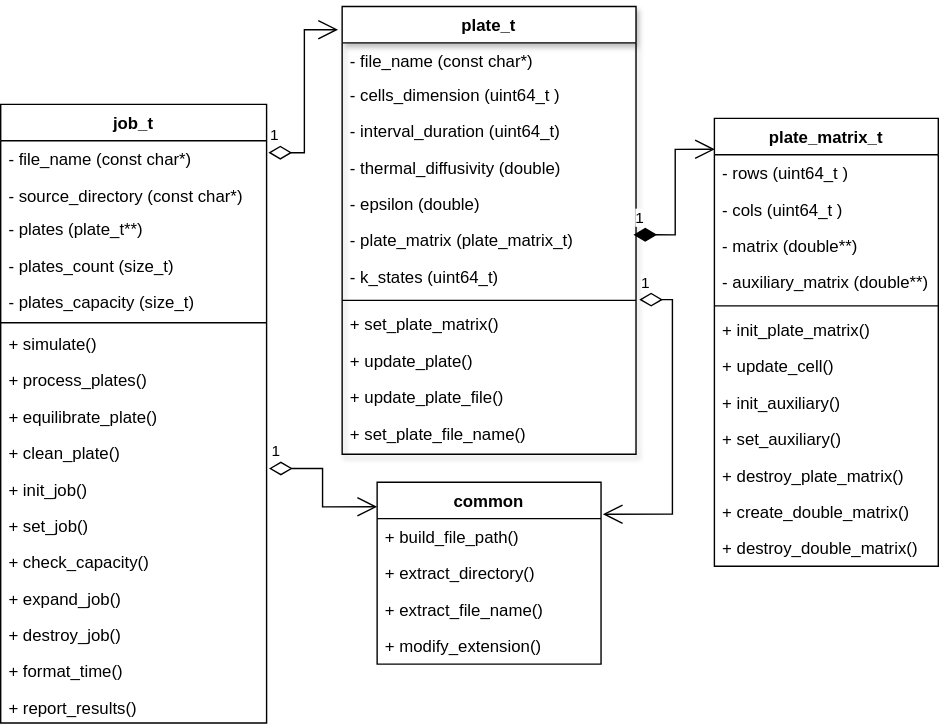
evaanchn/concurrente2025a-evan-chen keeps this draw.io diagram as homeworks/pthread/design/heat_simul_uml.svg. Above is the earlier version. Source tidied: cells renumbered, new cells last; positions are measured from the earlier drawing's top-left corner, leaving out a move shared by most shapes. Its diagram source:
```xml
<mxGraphModel>
  <root>
    <mxCell id="0" />
    <mxCell id="1" parent="0" />
    <mxCell id="2" value="plate_t" style="swimlane;fontStyle=1;align=center;verticalAlign=top;horizontal=1;startSize=26;rounded=0;shadow=1;strokeWidth=1;" parent="1" vertex="1">
      <mxGeometry x="244" width="210" height="320" as="geometry" />
    </mxCell>
    <mxCell id="3" value="- file_name (const char*)" style="text;align=left;verticalAlign=top;spacingLeft=4;spacingRight=4;overflow=hidden;rounded=0;shadow=0;html=0;" parent="2" vertex="1">
      <mxGeometry y="26" width="210" height="24" as="geometry" />
    </mxCell>
    <mxCell id="4" value="- cells_dimension (uint64_t )" style="text;align=left;verticalAlign=top;spacingLeft=4;spacingRight=4;overflow=hidden;rounded=0;shadow=0;html=0;" parent="2" vertex="1">
      <mxGeometry y="50" width="210" height="26" as="geometry" />
    </mxCell>
    <mxCell id="5" value="- interval_duration (uint64_t)" style="text;align=left;verticalAlign=top;spacingLeft=4;spacingRight=4;overflow=hidden;" parent="2" vertex="1">
      <mxGeometry y="76" width="210" height="26" as="geometry" />
    </mxCell>
    <mxCell id="6" value="- thermal_diffusivity (double)" style="text;align=left;verticalAlign=top;spacingLeft=4;spacingRight=4;overflow=hidden;rounded=0;shadow=0;html=0;" parent="2" vertex="1">
      <mxGeometry y="102" width="210" height="26" as="geometry" />
    </mxCell>
    <mxCell id="7" value="- epsilon (double)" style="text;align=left;verticalAlign=top;spacingLeft=4;spacingRight=4;overflow=hidden;rounded=0;shadow=0;html=0;" parent="2" vertex="1">
      <mxGeometry y="128" width="210" height="26" as="geometry" />
    </mxCell>
    <mxCell id="8" value="- plate_matrix (plate_matrix_t)" style="text;align=left;verticalAlign=top;spacingLeft=4;spacingRight=4;overflow=hidden;points=[[0,0.5],[1,0.5]];portConstraint=eastwest;rounded=0;shadow=0;html=0;" parent="2" vertex="1">
      <mxGeometry y="154" width="210" height="26" as="geometry" />
    </mxCell>
    <mxCell id="9" value="- k_states (uint64_t)" style="text;align=left;verticalAlign=top;spacingLeft=4;spacingRight=4;overflow=hidden;points=[[0,0.5],[1,0.5]];portConstraint=eastwest;rounded=0;shadow=0;html=0;" parent="2" vertex="1">
      <mxGeometry y="180" width="210" height="26" as="geometry" />
    </mxCell>
    <mxCell id="10" style="line;html=1;strokeWidth=1;align=left;verticalAlign=middle;spacingTop=-1;spacingLeft=3;spacingRight=3;labelPosition=right;" parent="2" vertex="1">
      <mxGeometry y="206" width="210" height="8" as="geometry" />
    </mxCell>
    <mxCell id="11" value="+ set_plate_matrix()" style="text;align=left;verticalAlign=top;spacingLeft=4;spacingRight=4;overflow=hidden;" parent="2" vertex="1">
      <mxGeometry y="214" width="210" height="26" as="geometry" />
    </mxCell>
    <mxCell id="12" value="+ update_plate()" style="text;align=left;verticalAlign=top;spacingLeft=4;spacingRight=4;overflow=hidden;rounded=0;shadow=0;html=0;" parent="2" vertex="1">
      <mxGeometry y="240" width="210" height="26" as="geometry" />
    </mxCell>
    <mxCell id="13" value="+ update_plate_file()" style="text;align=left;verticalAlign=top;spacingLeft=4;spacingRight=4;overflow=hidden;rounded=0;shadow=0;html=0;" parent="2" vertex="1">
      <mxGeometry y="266" width="210" height="26" as="geometry" />
    </mxCell>
    <mxCell id="14" value="+ set_plate_file_name()" style="text;align=left;verticalAlign=top;spacingLeft=4;spacingRight=4;overflow=hidden;rounded=0;shadow=0;html=0;" parent="2" vertex="1">
      <mxGeometry y="292" width="210" height="26" as="geometry" />
    </mxCell>
    <mxCell id="15" value="plate_matrix_t" style="swimlane;fontStyle=1;align=center;verticalAlign=top;horizontal=1;startSize=26;rounded=0;shadow=0;strokeWidth=1;" parent="1" vertex="1">
      <mxGeometry x="510" y="80" width="160" height="320" as="geometry" />
    </mxCell>
    <mxCell id="16" value="- rows (uint64_t )" style="text;align=left;verticalAlign=top;spacingLeft=4;spacingRight=4;overflow=hidden;rounded=0;shadow=0;html=0;" parent="15" vertex="1">
      <mxGeometry y="26" width="160" height="26" as="geometry" />
    </mxCell>
    <mxCell id="17" value="- cols (uint64_t )" style="text;align=left;verticalAlign=top;spacingLeft=4;spacingRight=4;overflow=hidden;rounded=0;shadow=0;html=0;" parent="15" vertex="1">
      <mxGeometry y="52" width="160" height="26" as="geometry" />
    </mxCell>
    <mxCell id="18" value="- matrix (double**)" style="text;align=left;verticalAlign=top;spacingLeft=4;spacingRight=4;overflow=hidden;" parent="15" vertex="1">
      <mxGeometry y="78" width="160" height="26" as="geometry" />
    </mxCell>
    <mxCell id="19" value="- auxiliary_matrix (double**)" style="text;align=left;verticalAlign=top;spacingLeft=4;spacingRight=4;overflow=hidden;" parent="15" vertex="1">
      <mxGeometry y="104" width="160" height="26" as="geometry" />
    </mxCell>
    <mxCell id="20" style="line;html=1;strokeWidth=1;align=left;verticalAlign=middle;spacingTop=-1;spacingLeft=3;spacingRight=3;labelPosition=right;" parent="15" vertex="1">
      <mxGeometry y="130" width="160" height="8" as="geometry" />
    </mxCell>
    <mxCell id="21" value="+ init_plate_matrix()" style="text;align=left;verticalAlign=top;spacingLeft=4;spacingRight=4;overflow=hidden;" parent="15" vertex="1">
      <mxGeometry y="138" width="160" height="26" as="geometry" />
    </mxCell>
    <mxCell id="22" value="+ update_cell()" style="text;align=left;verticalAlign=top;spacingLeft=4;spacingRight=4;overflow=hidden;" parent="15" vertex="1">
      <mxGeometry y="164" width="160" height="26" as="geometry" />
    </mxCell>
    <mxCell id="23" value="+ init_auxiliary()" style="text;align=left;verticalAlign=top;spacingLeft=4;spacingRight=4;overflow=hidden;" parent="15" vertex="1">
      <mxGeometry y="190" width="160" height="26" as="geometry" />
    </mxCell>
    <mxCell id="24" value="+ set_auxiliary()" style="text;align=left;verticalAlign=top;spacingLeft=4;spacingRight=4;overflow=hidden;" parent="15" vertex="1">
      <mxGeometry y="216" width="160" height="26" as="geometry" />
    </mxCell>
    <mxCell id="25" value="+ destroy_plate_matrix()" style="text;align=left;verticalAlign=top;spacingLeft=4;spacingRight=4;overflow=hidden;" parent="15" vertex="1">
      <mxGeometry y="242" width="160" height="26" as="geometry" />
    </mxCell>
    <mxCell id="26" value="+ create_double_matrix()" style="text;align=left;verticalAlign=top;spacingLeft=4;spacingRight=4;overflow=hidden;" parent="15" vertex="1">
      <mxGeometry y="268" width="160" height="26" as="geometry" />
    </mxCell>
    <mxCell id="27" value="+ destroy_double_matrix()" style="text;align=left;verticalAlign=top;spacingLeft=4;spacingRight=4;overflow=hidden;" parent="15" vertex="1">
      <mxGeometry y="294" width="160" height="26" as="geometry" />
    </mxCell>
    <mxCell id="28" value="1" style="endArrow=open;html=1;endSize=12;startArrow=diamondThin;startSize=14;startFill=1;edgeStyle=orthogonalEdgeStyle;align=left;verticalAlign=bottom;rounded=0;exitX=0.991;exitY=0.352;exitDx=0;exitDy=0;exitPerimeter=0;entryX=0.002;entryY=0.069;entryDx=0;entryDy=0;entryPerimeter=0;" parent="1" edge="1" source="8" target="15">
      <mxGeometry x="-1" y="3" relative="1" as="geometry" />
    </mxCell>
    <mxCell id="29" value="1" style="endArrow=open;html=1;endSize=12;startArrow=diamondThin;startSize=14;startFill=0;edgeStyle=orthogonalEdgeStyle;align=left;verticalAlign=bottom;rounded=0;exitX=1.007;exitY=0.078;exitDx=0;exitDy=0;entryX=-0.014;entryY=0.052;entryDx=0;entryDy=0;entryPerimeter=0;exitPerimeter=0;" parent="1" edge="1" source="30" target="2">
      <mxGeometry x="-1" y="3" relative="1" as="geometry" />
    </mxCell>
    <mxCell id="30" value="job_t" style="swimlane;fontStyle=1;align=center;verticalAlign=top;horizontal=1;startSize=26;rounded=0;shadow=0;strokeWidth=1;" parent="1" vertex="1">
      <mxGeometry y="70" width="190" height="442" as="geometry" />
    </mxCell>
    <mxCell id="31" value="- file_name (const char*)" style="text;align=left;verticalAlign=top;spacingLeft=4;spacingRight=4;overflow=hidden;points=[[0,0.5],[1,0.5]];portConstraint=eastwest;" parent="30" vertex="1">
      <mxGeometry y="26" width="190" height="26" as="geometry" />
    </mxCell>
    <mxCell id="32" value="- source_directory (const char*)" style="text;align=left;verticalAlign=top;spacingLeft=4;spacingRight=4;overflow=hidden;rounded=0;shadow=0;html=0;" parent="30" vertex="1">
      <mxGeometry y="52" width="190" height="24" as="geometry" />
    </mxCell>
    <mxCell id="33" value="- plates (plate_t**)" style="text;align=left;verticalAlign=top;spacingLeft=4;spacingRight=4;overflow=hidden;" parent="30" vertex="1">
      <mxGeometry y="76" width="190" height="26" as="geometry" />
    </mxCell>
    <mxCell id="34" value="- plates_count (size_t)" style="text;align=left;verticalAlign=top;spacingLeft=4;spacingRight=4;overflow=hidden;" parent="30" vertex="1">
      <mxGeometry y="102" width="190" height="26" as="geometry" />
    </mxCell>
    <mxCell id="35" value="- plates_capacity (size_t)" style="text;align=left;verticalAlign=top;spacingLeft=4;spacingRight=4;overflow=hidden;" parent="30" vertex="1">
      <mxGeometry y="128" width="190" height="26" as="geometry" />
    </mxCell>
    <mxCell id="36" style="line;html=1;strokeWidth=1;align=left;verticalAlign=middle;spacingTop=-1;spacingLeft=3;spacingRight=3;labelPosition=right;" parent="30" vertex="1">
      <mxGeometry y="154" width="190" height="4" as="geometry" />
    </mxCell>
    <mxCell id="37" value="+ simulate()" style="text;align=left;verticalAlign=top;spacingLeft=4;spacingRight=4;overflow=hidden;" parent="30" vertex="1">
      <mxGeometry y="158" width="190" height="26" as="geometry" />
    </mxCell>
    <mxCell id="38" value="+ process_plates()" style="text;align=left;verticalAlign=top;spacingLeft=4;spacingRight=4;overflow=hidden;" parent="30" vertex="1">
      <mxGeometry y="184" width="190" height="26" as="geometry" />
    </mxCell>
    <mxCell id="39" value="+ equilibrate_plate()" style="text;align=left;verticalAlign=top;spacingLeft=4;spacingRight=4;overflow=hidden;" parent="30" vertex="1">
      <mxGeometry y="210" width="190" height="26" as="geometry" />
    </mxCell>
    <mxCell id="40" value="+ clean_plate()" style="text;align=left;verticalAlign=top;spacingLeft=4;spacingRight=4;overflow=hidden;" parent="30" vertex="1">
      <mxGeometry y="236" width="190" height="26" as="geometry" />
    </mxCell>
    <mxCell id="41" value="+ init_job()" style="text;align=left;verticalAlign=top;spacingLeft=4;spacingRight=4;overflow=hidden;points=[[0,0.5],[1,0.5]];portConstraint=eastwest;" parent="30" vertex="1">
      <mxGeometry y="262" width="190" height="26" as="geometry" />
    </mxCell>
    <mxCell id="42" value="+ set_job()" style="text;align=left;verticalAlign=top;spacingLeft=4;spacingRight=4;overflow=hidden;" parent="30" vertex="1">
      <mxGeometry y="288" width="190" height="26" as="geometry" />
    </mxCell>
    <mxCell id="43" value="+ check_capacity()" style="text;align=left;verticalAlign=top;spacingLeft=4;spacingRight=4;overflow=hidden;" parent="30" vertex="1">
      <mxGeometry y="314" width="190" height="26" as="geometry" />
    </mxCell>
    <mxCell id="44" value="+ expand_job()" style="text;align=left;verticalAlign=top;spacingLeft=4;spacingRight=4;overflow=hidden;" parent="30" vertex="1">
      <mxGeometry y="340" width="190" height="26" as="geometry" />
    </mxCell>
    <mxCell id="45" value="+ destroy_job()" style="text;align=left;verticalAlign=top;spacingLeft=4;spacingRight=4;overflow=hidden;" parent="30" vertex="1">
      <mxGeometry y="366" width="190" height="26" as="geometry" />
    </mxCell>
    <mxCell id="46" value="+ format_time()" style="text;align=left;verticalAlign=top;spacingLeft=4;spacingRight=4;overflow=hidden;" parent="30" vertex="1">
      <mxGeometry y="392" width="190" height="26" as="geometry" />
    </mxCell>
    <mxCell id="47" value="+ report_results()" style="text;align=left;verticalAlign=top;spacingLeft=4;spacingRight=4;overflow=hidden;" parent="30" vertex="1">
      <mxGeometry y="418" width="190" height="24" as="geometry" />
    </mxCell>
    <mxCell id="48" value="common" style="swimlane;fontStyle=1;align=center;verticalAlign=top;horizontal=1;startSize=26;rounded=0;shadow=0;strokeWidth=1;" parent="1" vertex="1">
      <mxGeometry x="269" y="340" width="160" height="130" as="geometry" />
    </mxCell>
    <mxCell id="49" value="+ build_file_path()" style="text;align=left;verticalAlign=top;spacingLeft=4;spacingRight=4;overflow=hidden;points=[[0,0.5],[1,0.5]];portConstraint=eastwest;" parent="48" vertex="1">
      <mxGeometry y="26" width="160" height="26" as="geometry" />
    </mxCell>
    <mxCell id="50" value="+ extract_directory()" style="text;align=left;verticalAlign=top;spacingLeft=4;spacingRight=4;overflow=hidden;" parent="48" vertex="1">
      <mxGeometry y="52" width="160" height="26" as="geometry" />
    </mxCell>
    <mxCell id="51" value="+ extract_file_name()" style="text;align=left;verticalAlign=top;spacingLeft=4;spacingRight=4;overflow=hidden;" parent="48" vertex="1">
      <mxGeometry y="78" width="160" height="26" as="geometry" />
    </mxCell>
    <mxCell id="52" value="+ modify_extension()" style="text;align=left;verticalAlign=top;spacingLeft=4;spacingRight=4;overflow=hidden;" parent="48" vertex="1">
      <mxGeometry y="104" width="160" height="26" as="geometry" />
    </mxCell>
    <mxCell id="53" value="1" style="endArrow=open;html=1;endSize=12;startArrow=diamondThin;startSize=14;startFill=0;edgeStyle=orthogonalEdgeStyle;align=left;verticalAlign=bottom;rounded=0;exitX=1.009;exitY=-0.071;exitDx=0;exitDy=0;entryX=0;entryY=0.135;entryDx=0;entryDy=0;entryPerimeter=0;exitPerimeter=0;" parent="1" edge="1" source="41" target="48">
      <mxGeometry x="-1" y="3" relative="1" as="geometry">
        <Array as="points">
          <mxPoint x="230" y="330" />
          <mxPoint x="230" y="358" />
        </Array>
      </mxGeometry>
    </mxCell>
    <mxCell id="54" value="1" style="endArrow=open;html=1;endSize=12;startArrow=diamondThin;startSize=14;startFill=0;edgeStyle=orthogonalEdgeStyle;align=left;verticalAlign=bottom;rounded=0;exitX=1.011;exitY=1.135;exitDx=0;exitDy=0;exitPerimeter=0;entryX=1.008;entryY=-0.122;entryDx=0;entryDy=0;entryPerimeter=0;" parent="1" edge="1" source="9" target="49">
      <mxGeometry x="-1" y="3" relative="1" as="geometry">
        <Array as="points">
          <mxPoint x="480" y="210" />
          <mxPoint x="480" y="363" />
        </Array>
      </mxGeometry>
    </mxCell>
  </root>
</mxGraphModel>
```
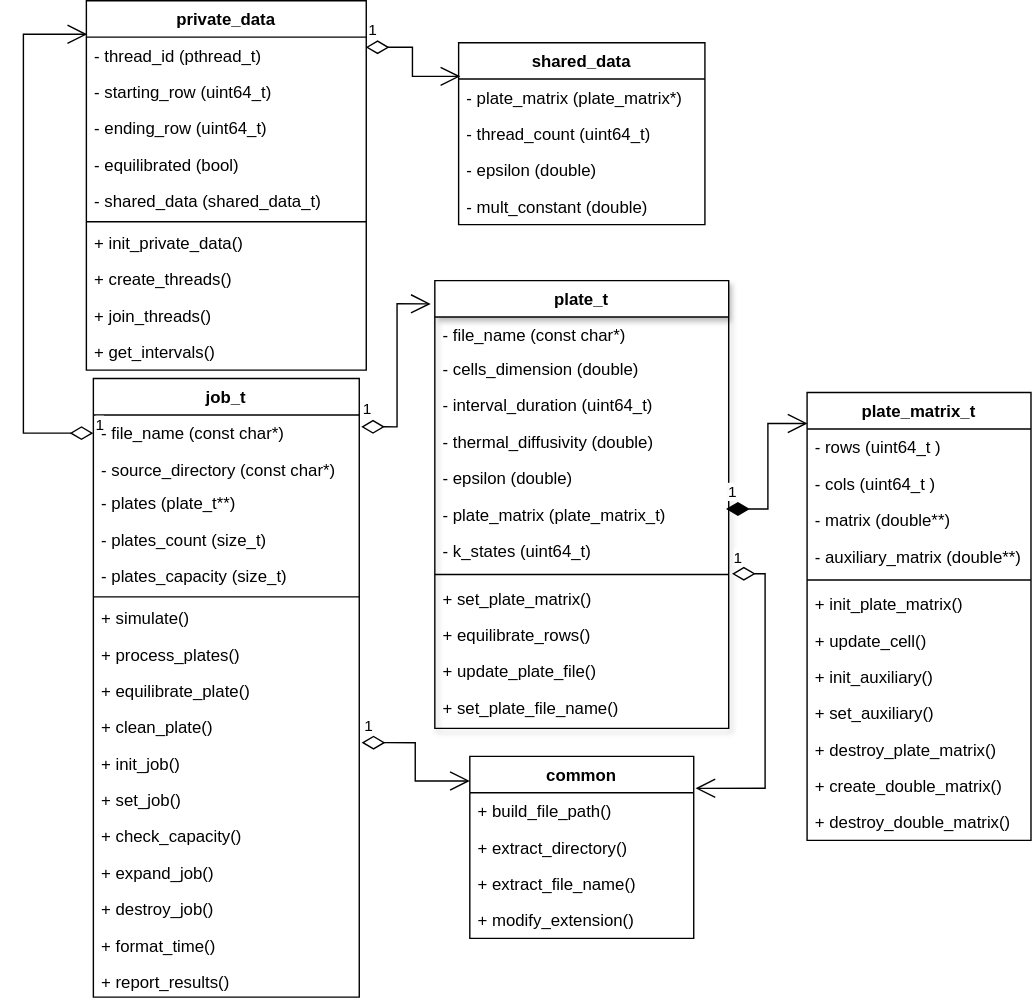
Above is the later version.

Commit message:
homeworks/pthread: Added design for homework2

The edit, as a diff of the source:
```diff
@@ -8,7 +8,7 @@
     <mxCell id="3" value="- file_name (const char*)" style="text;align=left;verticalAlign=top;spacingLeft=4;spacingRight=4;overflow=hidden;rounded=0;shadow=0;html=0;" parent="2" vertex="1">
       <mxGeometry y="26" width="210" height="24" as="geometry" />
     </mxCell>
-    <mxCell id="4" value="- cells_dimension (uint64_t )" style="text;align=left;verticalAlign=top;spacingLeft=4;spacingRight=4;overflow=hidden;rounded=0;shadow=0;html=0;" parent="2" vertex="1">
+    <mxCell id="4" value="- cells_dimension (double)" style="text;align=left;verticalAlign=top;spacingLeft=4;spacingRight=4;overflow=hidden;rounded=0;shadow=0;html=0;" parent="2" vertex="1">
       <mxGeometry y="50" width="210" height="26" as="geometry" />
     </mxCell>
     <mxCell id="5" value="- interval_duration (uint64_t)" style="text;align=left;verticalAlign=top;spacingLeft=4;spacingRight=4;overflow=hidden;" parent="2" vertex="1">
@@ -32,7 +32,7 @@
     <mxCell id="11" value="+ set_plate_matrix()" style="text;align=left;verticalAlign=top;spacingLeft=4;spacingRight=4;overflow=hidden;" parent="2" vertex="1">
       <mxGeometry y="214" width="210" height="26" as="geometry" />
     </mxCell>
-    <mxCell id="12" value="+ update_plate()" style="text;align=left;verticalAlign=top;spacingLeft=4;spacingRight=4;overflow=hidden;rounded=0;shadow=0;html=0;" parent="2" vertex="1">
+    <mxCell id="12" value="+ equilibrate_rows()" style="text;align=left;verticalAlign=top;spacingLeft=4;spacingRight=4;overflow=hidden;rounded=0;shadow=0;html=0;" parent="2" vertex="1">
       <mxGeometry y="240" width="210" height="26" as="geometry" />
     </mxCell>
     <mxCell id="13" value="+ update_plate_file()" style="text;align=left;verticalAlign=top;spacingLeft=4;spacingRight=4;overflow=hidden;rounded=0;shadow=0;html=0;" parent="2" vertex="1">
@@ -171,5 +171,64 @@
         </Array>
       </mxGeometry>
     </mxCell>
+    <mxCell id="55" value="private_data" style="swimlane;fontStyle=1;align=center;verticalAlign=top;horizontal=1;startSize=26;rounded=0;shadow=0;strokeWidth=1;" parent="1" vertex="1">
+      <mxGeometry x="-5" y="-200" width="200" height="264" as="geometry" />
+    </mxCell>
+    <mxCell id="56" value="- thread_id (pthread_t)" style="text;align=left;verticalAlign=top;spacingLeft=4;spacingRight=4;overflow=hidden;" parent="55" vertex="1">
+      <mxGeometry y="26" width="200" height="26" as="geometry" />
+    </mxCell>
+    <mxCell id="57" value="- starting_row (uint64_t)" style="text;align=left;verticalAlign=top;spacingLeft=4;spacingRight=4;overflow=hidden;" parent="55" vertex="1">
+      <mxGeometry y="52" width="200" height="26" as="geometry" />
+    </mxCell>
+    <mxCell id="58" value="- ending_row (uint64_t)" style="text;align=left;verticalAlign=top;spacingLeft=4;spacingRight=4;overflow=hidden;" parent="55" vertex="1">
+      <mxGeometry y="78" width="200" height="26" as="geometry" />
+    </mxCell>
+    <mxCell id="59" value="- equilibrated (bool)" style="text;align=left;verticalAlign=top;spacingLeft=4;spacingRight=4;overflow=hidden;" parent="55" vertex="1">
+      <mxGeometry y="104" width="200" height="26" as="geometry" />
+    </mxCell>
+    <mxCell id="60" value="- shared_data (shared_data_t)" style="text;align=left;verticalAlign=top;spacingLeft=4;spacingRight=4;overflow=hidden;" parent="55" vertex="1">
+      <mxGeometry y="130" width="200" height="26" as="geometry" />
+    </mxCell>
+    <mxCell id="61" style="line;html=1;strokeWidth=1;align=left;verticalAlign=middle;spacingTop=-1;spacingLeft=3;spacingRight=3;labelPosition=right;" parent="55" vertex="1">
+      <mxGeometry y="156" width="200" height="4" as="geometry" />
+    </mxCell>
+    <mxCell id="62" value="+ init_private_data()" style="text;align=left;verticalAlign=top;spacingLeft=4;spacingRight=4;overflow=hidden;" parent="55" vertex="1">
+      <mxGeometry y="160" width="200" height="26" as="geometry" />
+    </mxCell>
+    <mxCell id="63" value="+ create_threads()" style="text;align=left;verticalAlign=top;spacingLeft=4;spacingRight=4;overflow=hidden;" parent="55" vertex="1">
+      <mxGeometry y="186" width="200" height="26" as="geometry" />
+    </mxCell>
+    <mxCell id="64" value="+ join_threads()" style="text;align=left;verticalAlign=top;spacingLeft=4;spacingRight=4;overflow=hidden;" parent="55" vertex="1">
+      <mxGeometry y="212" width="200" height="26" as="geometry" />
+    </mxCell>
+    <mxCell id="65" value="+ get_intervals()" style="text;align=left;verticalAlign=top;spacingLeft=4;spacingRight=4;overflow=hidden;" parent="55" vertex="1">
+      <mxGeometry y="238" width="200" height="26" as="geometry" />
+    </mxCell>
+    <mxCell id="66" value="shared_data" style="swimlane;fontStyle=1;align=center;verticalAlign=top;horizontal=1;startSize=26;rounded=0;shadow=0;strokeWidth=1;" parent="1" vertex="1">
+      <mxGeometry x="261" y="-170" width="176" height="130" as="geometry" />
+    </mxCell>
+    <mxCell id="67" value="- plate_matrix (plate_matrix*)" style="text;strokeColor=none;fillColor=none;align=left;verticalAlign=top;spacingLeft=4;spacingRight=4;overflow=hidden;whiteSpace=wrap;html=1;" parent="66" vertex="1">
+      <mxGeometry y="26" width="176" height="26" as="geometry" />
+    </mxCell>
+    <mxCell id="68" value="- thread_count (uint64_t)" style="text;strokeColor=none;fillColor=none;align=left;verticalAlign=top;spacingLeft=4;spacingRight=4;overflow=hidden;whiteSpace=wrap;html=1;" parent="66" vertex="1">
+      <mxGeometry y="52" width="176" height="26" as="geometry" />
+    </mxCell>
+    <mxCell id="69" value="- epsilon (double)" style="text;strokeColor=none;fillColor=none;align=left;verticalAlign=top;spacingLeft=4;spacingRight=4;overflow=hidden;whiteSpace=wrap;html=1;" parent="66" vertex="1">
+      <mxGeometry y="78" width="176" height="26" as="geometry" />
+    </mxCell>
+    <mxCell id="70" value="- mult_constant (double)" style="text;strokeColor=none;fillColor=none;align=left;verticalAlign=top;spacingLeft=4;spacingRight=4;overflow=hidden;whiteSpace=wrap;html=1;" parent="66" vertex="1">
+      <mxGeometry y="104" width="176" height="26" as="geometry" />
+    </mxCell>
+    <mxCell id="71" value="1" style="endArrow=open;html=1;endSize=12;startArrow=diamondThin;startSize=14;startFill=0;edgeStyle=orthogonalEdgeStyle;align=left;verticalAlign=bottom;rounded=0;exitX=0;exitY=0.5;exitDx=0;exitDy=0;entryX=0.003;entryY=0.091;entryDx=0;entryDy=0;entryPerimeter=0;" parent="1" edge="1" source="31" target="55">
+      <mxGeometry x="-1" y="3" relative="1" as="geometry">
+        <Array as="points">
+          <mxPoint x="-50" y="109" />
+          <mxPoint x="-50" y="-176" />
+        </Array>
+      </mxGeometry>
+    </mxCell>
+    <mxCell id="72" value="1" style="endArrow=open;html=1;endSize=12;startArrow=diamondThin;startSize=14;startFill=0;edgeStyle=orthogonalEdgeStyle;align=left;verticalAlign=bottom;rounded=0;exitX=0.998;exitY=0.126;exitDx=0;exitDy=0;exitPerimeter=0;entryX=0.007;entryY=0.185;entryDx=0;entryDy=0;entryPerimeter=0;" parent="1" edge="1" source="55" target="66">
+      <mxGeometry x="-1" y="3" relative="1" as="geometry" />
+    </mxCell>
   </root>
 </mxGraphModel>
```
